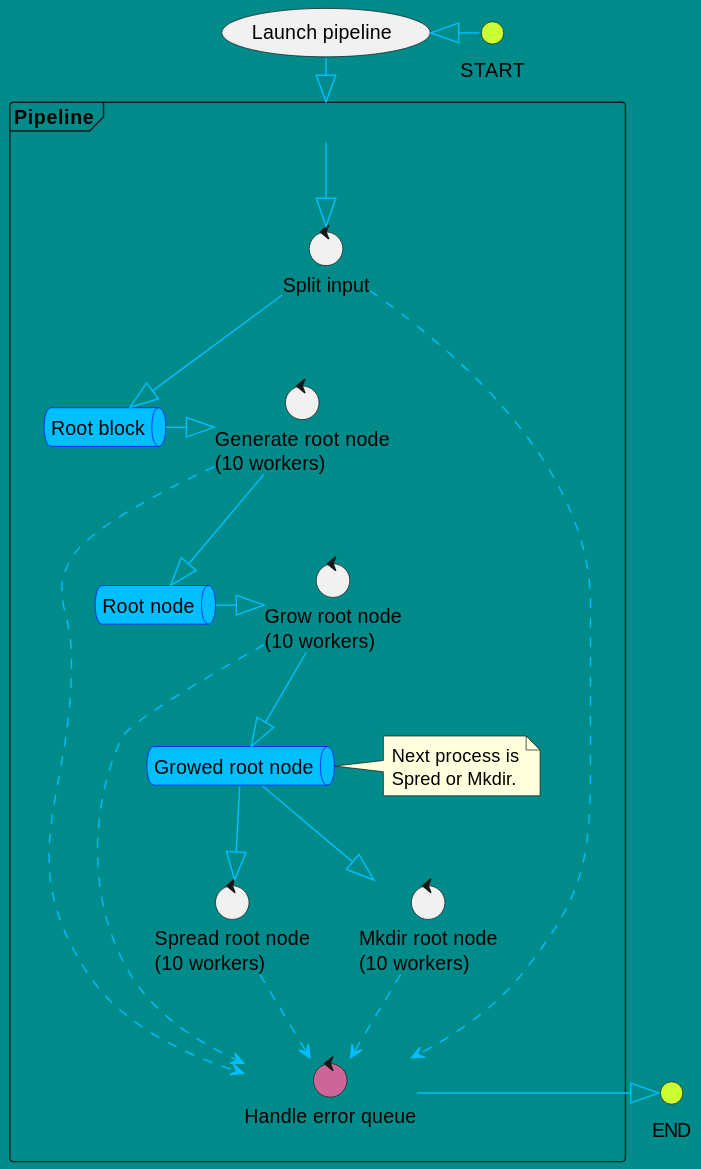
Before: process.svg, a diagram exported from PlantUML (ddddddO/gtree).
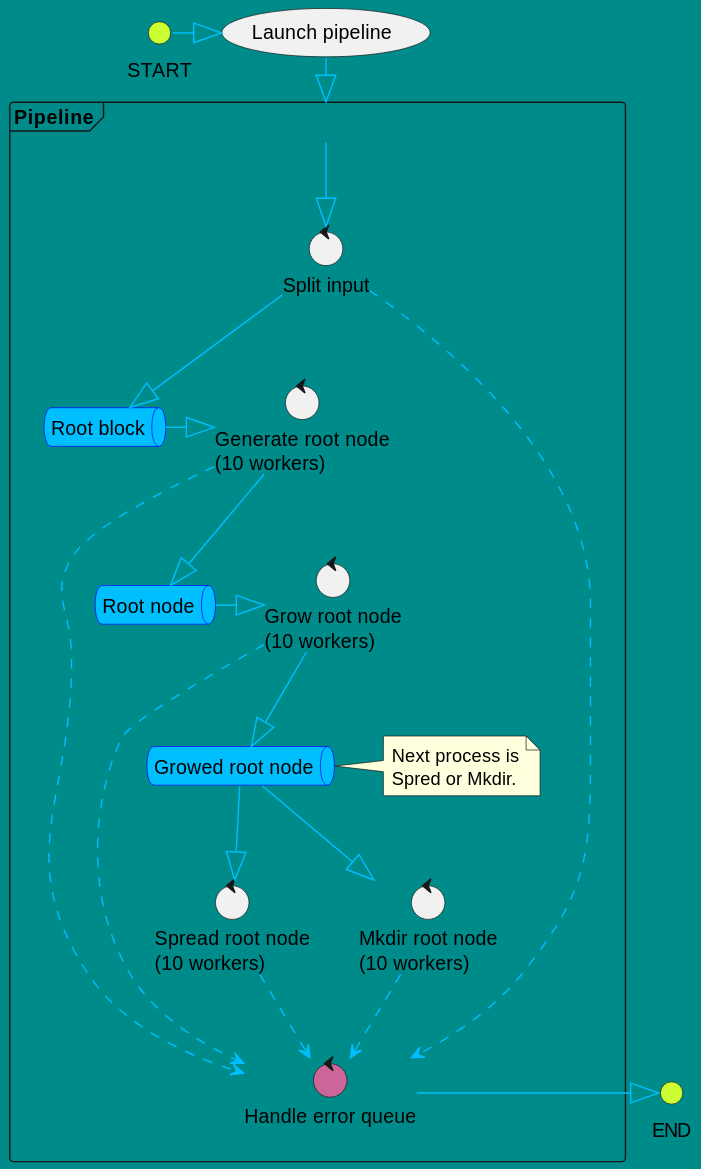
After the commit.

What changed in the source:
```diff
@@ -34,7 +34,7 @@
 interface "END" as end
 
 
-init <|- start
+start -|> init
 init --|> pipeline
 pipeline --|> split_proc
 split_proc --|> split_q
```
